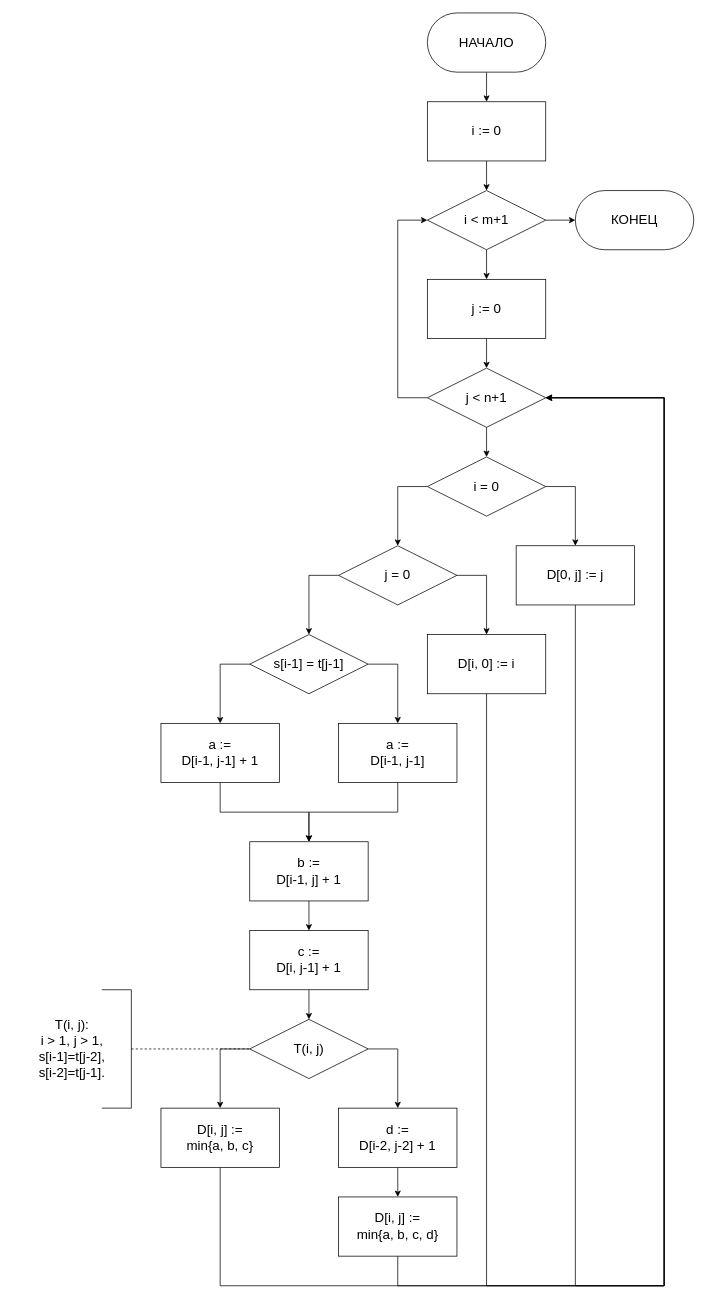
Earlier version of the draw.io diagram lab-01/report/alg-dl-iterative.drawio (spkirich/bmstu-aa). Source tidied: cells renumbered, new cells numbered last; positions are measured from the earlier drawing's top-left corner, leaving out a move shared by most shapes. Both pictures are drawn from the tidied source at 74%, with x=0, y=0 at pixel (13, 13).
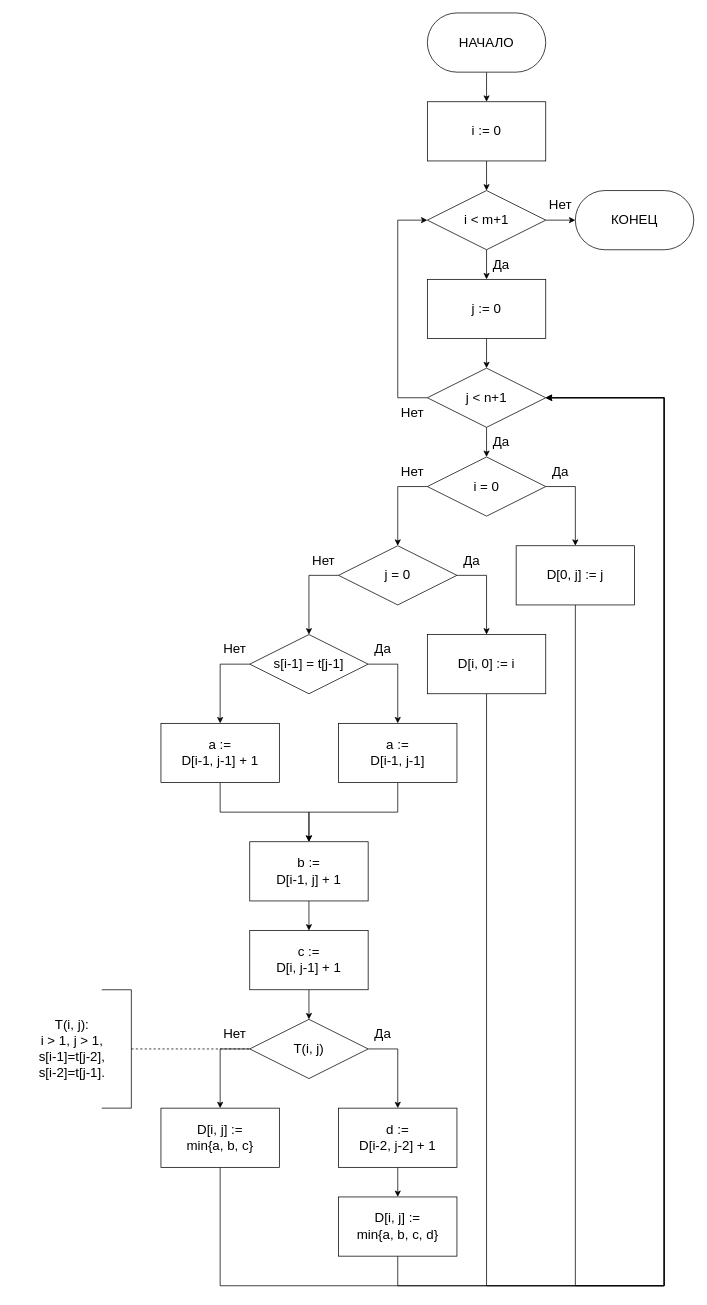
The same diagram, later.

What changed in the source:
```diff
@@
+    <mxCell id="50" value="Да" style="text;html=1;strokeColor=none;fillColor=none;align=center;verticalAlign=middle;whiteSpace=wrap;rounded=0;fontSize=18;" parent="1" vertex="1">
+      <mxGeometry x="640" y="320" width="40" height="40" as="geometry" />
+    </mxCell>
+    <mxCell id="51" value="Нет" style="text;html=1;strokeColor=none;fillColor=none;align=center;verticalAlign=middle;whiteSpace=wrap;rounded=0;fontSize=18;" parent="1" vertex="1">
+      <mxGeometry x="720" y="240" width="40" height="40" as="geometry" />
+    </mxCell>
+    <mxCell id="52" value="Да" style="text;html=1;strokeColor=none;fillColor=none;align=center;verticalAlign=middle;whiteSpace=wrap;rounded=0;fontSize=18;" parent="1" vertex="1">
+      <mxGeometry x="640" y="560" width="40" height="40" as="geometry" />
+    </mxCell>
+    <mxCell id="53" value="Нет" style="text;html=1;strokeColor=none;fillColor=none;align=center;verticalAlign=middle;whiteSpace=wrap;rounded=0;fontSize=18;" parent="1" vertex="1">
+      <mxGeometry x="520" y="520" width="40" height="40" as="geometry" />
+    </mxCell>
+    <mxCell id="54" value="Да" style="text;html=1;strokeColor=none;fillColor=none;align=center;verticalAlign=middle;whiteSpace=wrap;rounded=0;fontSize=18;" parent="1" vertex="1">
+      <mxGeometry x="720" y="600" width="40" height="40" as="geometry" />
+    </mxCell>
+    <mxCell id="55" value="Нет" style="text;html=1;strokeColor=none;fillColor=none;align=center;verticalAlign=middle;whiteSpace=wrap;rounded=0;fontSize=18;" parent="1" vertex="1">
+      <mxGeometry x="520" y="600" width="40" height="40" as="geometry" />
+    </mxCell>
+    <mxCell id="56" value="Да" style="text;html=1;strokeColor=none;fillColor=none;align=center;verticalAlign=middle;whiteSpace=wrap;rounded=0;fontSize=18;" parent="1" vertex="1">
+      <mxGeometry x="600" y="720" width="40" height="40" as="geometry" />
+    </mxCell>
+    <mxCell id="57" value="Нет" style="text;html=1;strokeColor=none;fillColor=none;align=center;verticalAlign=middle;whiteSpace=wrap;rounded=0;fontSize=18;" parent="1" vertex="1">
+      <mxGeometry x="400" y="720" width="40" height="40" as="geometry" />
+    </mxCell>
+    <mxCell id="58" value="Нет" style="text;html=1;strokeColor=none;fillColor=none;align=center;verticalAlign=middle;whiteSpace=wrap;rounded=0;fontSize=18;" parent="1" vertex="1">
+      <mxGeometry x="280" y="840" width="40" height="40" as="geometry" />
+    </mxCell>
+    <mxCell id="59" value="Да" style="text;html=1;strokeColor=none;fillColor=none;align=center;verticalAlign=middle;whiteSpace=wrap;rounded=0;fontSize=18;" parent="1" vertex="1">
+      <mxGeometry x="480" y="840" width="40" height="40" as="geometry" />
+    </mxCell>
+    <mxCell id="60" value="Да" style="text;html=1;strokeColor=none;fillColor=none;align=center;verticalAlign=middle;whiteSpace=wrap;rounded=0;fontSize=18;" parent="1" vertex="1">
+      <mxGeometry x="480" y="1360" width="40" height="40" as="geometry" />
+    </mxCell>
+    <mxCell id="61" value="Нет" style="text;html=1;strokeColor=none;fillColor=none;align=center;verticalAlign=middle;whiteSpace=wrap;rounded=0;fontSize=18;" parent="1" vertex="1">
+      <mxGeometry x="280" y="1360" width="40" height="40" as="geometry" />
+    </mxCell>
```
